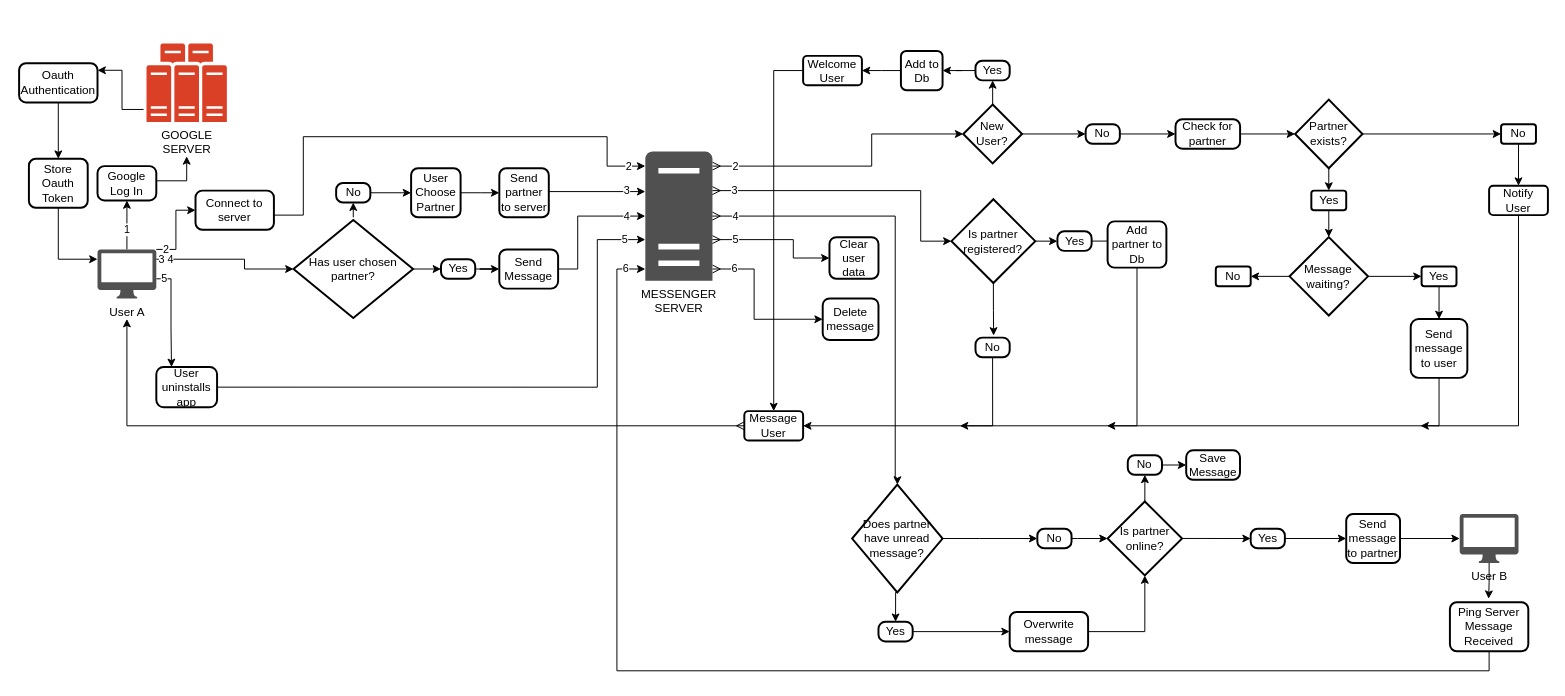
Before: mini_messenger_flowchart.drawio in gitupwithit/mini_messenger_extension, a draw.io diagram. Source tidied: cells renumbered, new cells numbered last; positions are measured from the earlier drawing's top-left corner, leaving out a move shared by most shapes. Both pictures are drawn from the tidied source at 98%, with x=0, y=0 at pixel (19, 43).
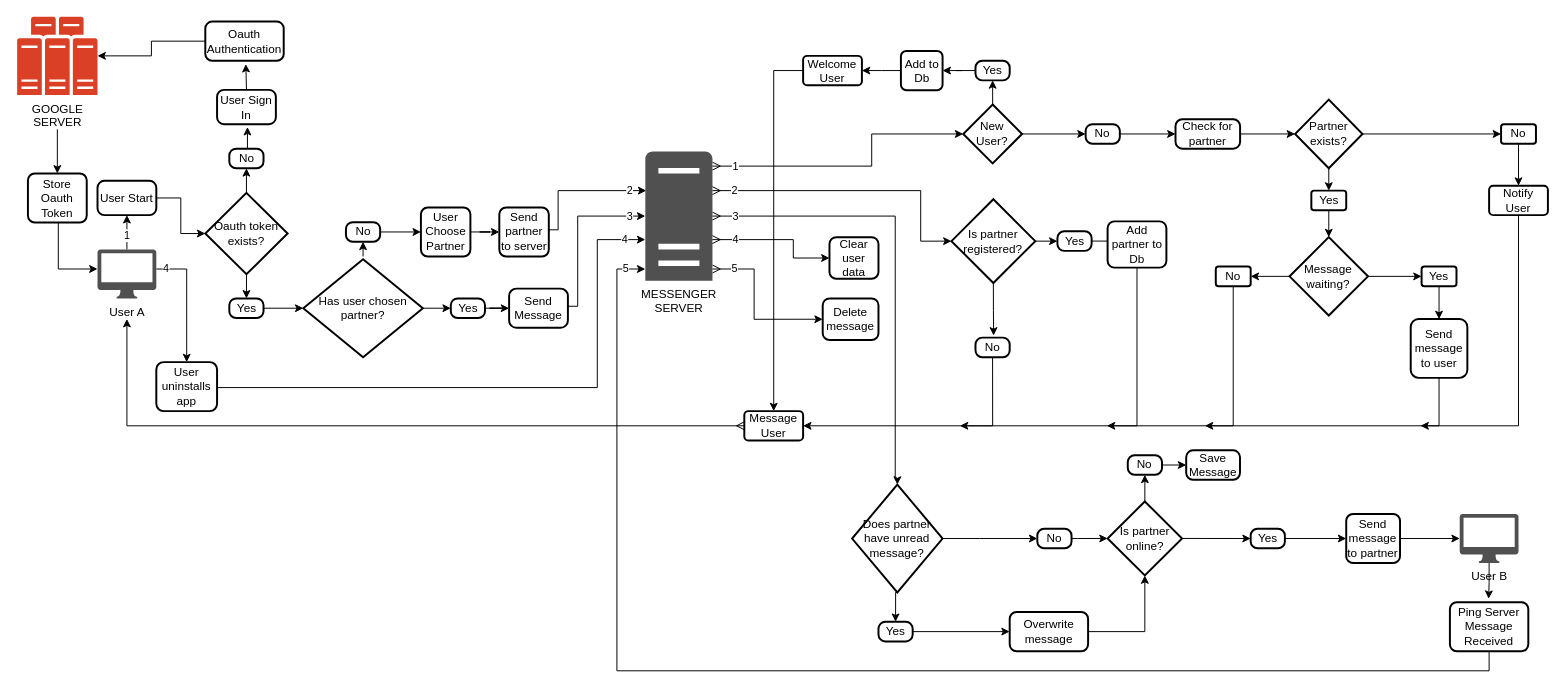
Above is the later version.

The change refers to these unchanged cells:
```xml
<mxCell id="6" value="User A" style="sketch=0;shadow=0;dashed=0;html=1;strokeColor=none;fillColor=#505050;labelPosition=center;verticalLabelPosition=bottom;verticalAlign=top;outlineConnect=0;align=center;shape=mxgraph.office.devices.mac_client;points=[[0.02,0.06,0,0,0],[0.5,1,0,0,21]];" parent="1" vertex="1">
  <mxGeometry x="80" y="210" width="60" height="50" as="geometry" />
</mxCell>
<mxCell id="11" value="MESSENGER&lt;br&gt;SERVER" style="sketch=0;shadow=0;dashed=0;html=1;strokeColor=none;fillColor=#505050;labelPosition=center;verticalLabelPosition=bottom;verticalAlign=top;outlineConnect=0;align=center;shape=mxgraph.office.servers.server_generic;points=[[0.11,0.94,0,0,0],[0.5,1,0,0,34],[1,1,0,2,3]];" parent="1" vertex="1">
  <mxGeometry x="639" y="110" width="68.5" height="132" as="geometry" />
</mxCell>
<mxCell id="19" value="New User?" style="strokeWidth=2;html=1;shape=mxgraph.flowchart.decision;whiteSpace=wrap;" parent="1" vertex="1">
  <mxGeometry x="963.4" y="62.2" width="60" height="60" as="geometry" />
</mxCell>
<mxCell id="45" value="No" style="whiteSpace=wrap;html=1;rounded=1;arcSize=14;strokeWidth=2;" parent="1" vertex="1">
  <mxGeometry x="1221.1" y="227.5" width="35.6" height="20" as="geometry" />
</mxCell>
<mxCell id="58" value="&lt;span style=&quot;background-color: initial;&quot;&gt;Is partner registered?&lt;/span&gt;" style="strokeWidth=2;html=1;shape=mxgraph.flowchart.decision;whiteSpace=wrap;" parent="1" vertex="1">
  <mxGeometry x="951.4" y="158.8" width="85.5" height="85.5" as="geometry" />
</mxCell>
<mxCell id="84" value="&lt;span style=&quot;background-color: initial;&quot;&gt;Does partner have unread message?&lt;/span&gt;" style="strokeWidth=2;html=1;shape=mxgraph.flowchart.decision;whiteSpace=wrap;" parent="1" vertex="1">
  <mxGeometry x="850" y="450" width="92.3" height="110" as="geometry" />
</mxCell>
<mxCell id="97" value="Clear&lt;div&gt;user&lt;/div&gt;&lt;div&gt;data&lt;/div&gt;" style="rounded=1;whiteSpace=wrap;html=1;absoluteArcSize=1;arcSize=14;strokeWidth=2;" parent="1" vertex="1">
  <mxGeometry x="826.9" y="197.5" width="50" height="42.5" as="geometry" />
</mxCell>
<mxCell id="102" value="Ping Server Message Received" style="rounded=1;whiteSpace=wrap;html=1;absoluteArcSize=1;arcSize=14;strokeWidth=2;" parent="1" vertex="1">
  <mxGeometry x="1460" y="570" width="80" height="50" as="geometry" />
</mxCell>
<mxCell id="103" value="Delete message" style="rounded=1;whiteSpace=wrap;html=1;absoluteArcSize=1;arcSize=14;strokeWidth=2;" parent="1" vertex="1">
  <mxGeometry x="820" y="260" width="56.9" height="42.5" as="geometry" />
</mxCell>
```

Diff of the diagram source:
```diff
@@
-    <mxCell id="3" value="3 4" style="edgeStyle=orthogonalEdgeStyle;rounded=0;jettySize=auto;html=1;entryX=0;entryY=0.5;entryDx=0;entryDy=0;entryPerimeter=0;" parent="1" edge="1" source="6" target="48">
-      <mxGeometry x="-0.87" relative="1" as="geometry">
-        <Array as="points">
-          <mxPoint x="230" y="220" />
-          <mxPoint x="230" y="230" />
-        </Array>
-      </mxGeometry>
-    </mxCell>
-    <mxCell id="4" value="2" style="edgeStyle=orthogonalEdgeStyle;rounded=0;jettySize=auto;html=1;entryX=0;entryY=0.5;entryDx=0;entryDy=0;" parent="1" edge="1" source="6" target="90">
-      <mxGeometry x="-0.75" relative="1" as="geometry">
-        <Array as="points">
-          <mxPoint x="160" y="210" />
-          <mxPoint x="160" y="170" />
-        </Array>
-      </mxGeometry>
-    </mxCell>
-    <mxCell id="5" value="5" style="edgeStyle=orthogonalEdgeStyle;rounded=0;jettySize=auto;html=1;entryX=0.25;entryY=0;entryDx=0;entryDy=0;" parent="1" edge="1" source="6" target="96">
+    <mxCell id="5" value="4" style="edgeStyle=orthogonalEdgeStyle;rounded=0;jettySize=auto;html=1;entryX=0.5;entryY=0;entryDx=0;entryDy=0;" parent="1" edge="1" source="6" target="96">
       <mxGeometry x="-0.84" relative="1" as="geometry">
         <Array as="points">
-          <mxPoint x="155" y="240" />
-          <mxPoint x="155" y="290" />
-          <mxPoint x="156" y="290" />
+          <mxPoint x="171" y="230" />
         </Array>
       </mxGeometry>
     </mxCell>
@@
-    <mxCell id="7" style="edgeStyle=orthogonalEdgeStyle;rounded=0;jettySize=auto;html=1;exitX=0.983;exitY=0.585;exitDx=0;exitDy=0;entryX=0.5;entryY=1;entryDx=0;entryDy=35;entryPerimeter=0;exitPerimeter=0;" parent="1" edge="1" source="8" target="12">
-      <mxGeometry relative="1" as="geometry">
-        <Array as="points">
-          <mxPoint x="139" y="140" />
-          <mxPoint x="171" y="140" />
-        </Array>
-      </mxGeometry>
-    </mxCell>
-    <mxCell id="8" value="Google Log In" style="rounded=1;whiteSpace=wrap;html=1;absoluteArcSize=1;arcSize=14;strokeWidth=2;" parent="1" vertex="1">
-      <mxGeometry x="80" y="125" width="60" height="35" as="geometry" />
+    <mxCell id="8" value="User Start" style="rounded=1;whiteSpace=wrap;html=1;absoluteArcSize=1;arcSize=14;strokeWidth=2;" parent="1" vertex="1">
+      <mxGeometry x="80" y="140" width="60" height="35" as="geometry" />
     </mxCell>
-    <mxCell id="9" value="2" style="edgeStyle=orthogonalEdgeStyle;rounded=0;jettySize=auto;html=1;jumpStyle=none;startArrow=ERmany;startFill=0;strokeWidth=1;shadow=0;entryX=0;entryY=0.5;entryDx=0;entryDy=0;entryPerimeter=0;" parent="1" edge="1" target="19">
+    <mxCell id="9" value="1" style="edgeStyle=orthogonalEdgeStyle;rounded=0;jettySize=auto;html=1;jumpStyle=none;startArrow=ERmany;startFill=0;strokeWidth=1;shadow=0;entryX=0;entryY=0.5;entryDx=0;entryDy=0;entryPerimeter=0;" parent="1" edge="1" target="19">
       <mxGeometry x="-0.84" relative="1" as="geometry">
         <mxPoint x="707.5" y="125" as="sourcePoint" />
         <Array as="points">
           <mxPoint x="870" y="125" />
           <mxPoint x="870" y="92" />
         </Array>
       </mxGeometry>
     </mxCell>
-    <mxCell id="10" value="6" style="edgeStyle=orthogonalEdgeStyle;rounded=0;jettySize=auto;html=1;entryX=0;entryY=0.5;entryDx=0;entryDy=0;startArrow=ERmany;startFill=0;jumpStyle=none;" parent="1" edge="1" source="11" target="103">
+    <mxCell id="10" value="5" style="edgeStyle=orthogonalEdgeStyle;rounded=0;jettySize=auto;html=1;entryX=0;entryY=0.5;entryDx=0;entryDy=0;startArrow=ERmany;startFill=0;jumpStyle=none;" parent="1" edge="1" source="11" target="103">
       <mxGeometry x="-0.73" relative="1" as="geometry">
         <Array as="points">
           <mxPoint x="750" y="230" />
           <mxPoint x="750" y="281" />
         </Array>
       </mxGeometry>
     </mxCell>
@@
+    <mxCell id="104" style="edgeStyle=orthogonalEdgeStyle;rounded=0;jettySize=auto;html=1;exitX=0.5;exitY=1;exitDx=0;exitDy=35;exitPerimeter=0;entryX=0.5;entryY=0;entryDx=0;entryDy=0;" parent="1" edge="1" source="12" target="17">
+      <mxGeometry relative="1" as="geometry" />
+    </mxCell>
     <mxCell id="12" value="GOOGLE&lt;br&gt;SERVER" style="sketch=0;shadow=0;dashed=0;html=1;strokeColor=none;fillColor=#505050;labelPosition=center;verticalLabelPosition=bottom;verticalAlign=top;outlineConnect=0;align=center;shape=mxgraph.office.servers.server_farm;fillColor=#DA4026;points=[[0,0.84,0,-3,0],[0.5,1,0,0,35]];" parent="1" vertex="1">
-      <mxGeometry x="130" width="82" height="80" as="geometry" />
+      <mxGeometry x="-2" y="-27.5" width="82" height="80" as="geometry" />
     </mxCell>
     <mxCell id="13" value="Oauth&lt;div&gt;&lt;span style=&quot;background-color: initial;&quot;&gt;Authentication&lt;/span&gt;&lt;/div&gt;" style="rounded=1;whiteSpace=wrap;html=1;absoluteArcSize=1;arcSize=14;strokeWidth=2;" parent="1" vertex="1">
-      <mxGeometry y="20" width="80" height="40" as="geometry" />
+      <mxGeometry x="190" y="-22.5" width="80" height="40" as="geometry" />
     </mxCell>
-    <mxCell id="14" style="edgeStyle=orthogonalEdgeStyle;rounded=0;jettySize=auto;html=1;exitX=0;exitY=0.84;exitDx=-3;exitDy=0;exitPerimeter=0;entryX=1;entryY=0.18;entryDx=0;entryDy=0;entryPerimeter=0;" parent="1" edge="1" source="12" target="13">
-      <mxGeometry relative="1" as="geometry" />
-    </mxCell>
-    <mxCell id="15" style="edgeStyle=orthogonalEdgeStyle;rounded=0;jettySize=auto;html=1;exitX=0.5;exitY=1;exitDx=0;exitDy=0;entryX=0.5;entryY=0;entryDx=0;entryDy=0;" parent="1" edge="1" source="13" target="17">
-      <mxGeometry relative="1" as="geometry" />
-    </mxCell>
     <mxCell id="16" style="edgeStyle=orthogonalEdgeStyle;rounded=0;jettySize=auto;html=1;exitX=0.5;exitY=0;exitDx=0;exitDy=0;" parent="1" edge="1" source="17" target="6">
       <mxGeometry relative="1" as="geometry">
         <Array as="points">
-          <mxPoint x="40" y="220" />
+          <mxPoint x="40" y="230" />
         </Array>
       </mxGeometry>
     </mxCell>
     <mxCell id="17" value="Store&lt;div&gt;Oauth&lt;/div&gt;&lt;div&gt;Token&lt;/div&gt;" style="rounded=1;whiteSpace=wrap;html=1;absoluteArcSize=1;arcSize=14;strokeWidth=2;" parent="1" vertex="1">
-      <mxGeometry x="10" y="117.5" width="60" height="50" as="geometry" />
+      <mxGeometry x="9" y="132.5" width="60" height="50" as="geometry" />
     </mxCell>
@@
+    <mxCell id="105" style="edgeStyle=orthogonalEdgeStyle;rounded=0;jettySize=auto;html=1;exitX=0.5;exitY=1;exitDx=0;exitDy=0;flowAnimation=1;" parent="1" edge="1" source="45">
+      <mxGeometry relative="1" as="geometry">
+        <mxPoint x="1210" y="390" as="targetPoint" />
+        <Array as="points">
+          <mxPoint x="1239" y="390" />
+        </Array>
+      </mxGeometry>
+    </mxCell>
@@
     <mxCell id="46" style="edgeStyle=orthogonalEdgeStyle;rounded=0;jettySize=auto;html=1;exitX=0.5;exitY=0;exitDx=0;exitDy=0;exitPerimeter=0;entryX=0.5;entryY=1;entryDx=0;entryDy=0;" parent="1" edge="1" target="52">
       <mxGeometry relative="1" as="geometry">
-        <mxPoint x="341" y="177.2" as="sourcePoint" />
+        <mxPoint x="351" y="217.2" as="sourcePoint" />
       </mxGeometry>
     </mxCell>
@@
     <mxCell id="48" value="Has user chosen partner?" style="strokeWidth=2;html=1;shape=mxgraph.flowchart.decision;whiteSpace=wrap;" parent="1" vertex="1">
-      <mxGeometry x="280" y="180" width="122" height="100" as="geometry" />
+      <mxGeometry x="290" y="220" width="122" height="100" as="geometry" />
     </mxCell>
@@
     <mxCell id="50" value="Yes" style="rounded=1;whiteSpace=wrap;html=1;absoluteArcSize=1;arcSize=14;strokeWidth=2;" parent="1" vertex="1">
-      <mxGeometry x="430.5" y="220" width="34.9" height="20" as="geometry" />
+      <mxGeometry x="440.5" y="260" width="34.9" height="20" as="geometry" />
     </mxCell>
@@
     <mxCell id="52" value="No" style="rounded=1;whiteSpace=wrap;html=1;absoluteArcSize=1;arcSize=14;strokeWidth=2;" parent="1" vertex="1">
-      <mxGeometry x="323.5" y="142.2" width="34.9" height="20" as="geometry" />
+      <mxGeometry x="333.5" y="182.2" width="34.9" height="20" as="geometry" />
     </mxCell>
@@
     <mxCell id="54" value="User Choose Partner" style="rounded=1;whiteSpace=wrap;html=1;absoluteArcSize=1;arcSize=14;strokeWidth=2;" parent="1" vertex="1">
-      <mxGeometry x="400" y="127.2" width="50.5" height="50" as="geometry" />
+      <mxGeometry x="410" y="167.2" width="50.5" height="50" as="geometry" />
     </mxCell>
-    <mxCell id="55" value="3" style="edgeStyle=orthogonalEdgeStyle;rounded=0;jettySize=auto;html=1;exitX=1;exitY=0.5;exitDx=0;exitDy=0;" parent="1" edge="1" target="11">
-      <mxGeometry x="0.69" y="1" relative="1" as="geometry">
-        <mxPoint x="519.2" y="149.9" as="sourcePoint" />
+    <mxCell id="55" value="2" style="edgeStyle=orthogonalEdgeStyle;rounded=0;jettySize=auto;html=1;exitX=1;exitY=0.5;exitDx=0;exitDy=0;" parent="1" edge="1" source="56">
+      <mxGeometry x="0.77" relative="1" as="geometry">
+        <mxPoint x="640" y="150" as="targetPoint" />
         <Array as="points">
-          <mxPoint x="519" y="151" />
+          <mxPoint x="550" y="190" />
+          <mxPoint x="550" y="150" />
         </Array>
       </mxGeometry>
     </mxCell>
     <mxCell id="56" value="Send&lt;div&gt;partner to server&lt;/div&gt;" style="rounded=1;whiteSpace=wrap;html=1;absoluteArcSize=1;arcSize=14;strokeWidth=2;" parent="1" vertex="1">
-      <mxGeometry x="490" y="127.2" width="50.5" height="50" as="geometry" />
+      <mxGeometry x="490" y="167.2" width="50.5" height="50" as="geometry" />
     </mxCell>
@@
-    <mxCell id="59" value="3" style="edgeStyle=orthogonalEdgeStyle;rounded=0;jettySize=auto;html=1;entryX=0;entryY=0.5;entryDx=0;entryDy=0;entryPerimeter=0;startArrow=ERmany;startFill=0;" parent="1" edge="1" source="11" target="58">
+    <mxCell id="59" value="2" style="edgeStyle=orthogonalEdgeStyle;rounded=0;jettySize=auto;html=1;entryX=0;entryY=0.5;entryDx=0;entryDy=0;entryPerimeter=0;startArrow=ERmany;startFill=0;" parent="1" edge="1" source="11" target="58">
       <mxGeometry x="-0.85" relative="1" as="geometry">
         <Array as="points">
           <mxPoint x="920" y="150" />
           <mxPoint x="920" y="202" />
         </Array>
       </mxGeometry>
     </mxCell>
@@
-    <mxCell id="67" value="4" style="edgeStyle=orthogonalEdgeStyle;rounded=0;jettySize=auto;html=1;exitX=1;exitY=0.5;exitDx=0;exitDy=0;" parent="1" edge="1" source="68" target="11">
-      <mxGeometry x="0.73" relative="1" as="geometry">
+    <mxCell id="67" value="3" style="edgeStyle=orthogonalEdgeStyle;rounded=0;jettySize=auto;html=1;exitX=1;exitY=0.5;exitDx=0;exitDy=0;" parent="1" edge="1" source="68" target="11">
+      <mxGeometry x="0.81" relative="1" as="geometry">
         <Array as="points">
-          <mxPoint x="570" y="230" />
+          <mxPoint x="570" y="268" />
           <mxPoint x="570" y="176" />
         </Array>
       </mxGeometry>
     </mxCell>
     <mxCell id="68" value="Send Message" style="rounded=1;whiteSpace=wrap;html=1;absoluteArcSize=1;arcSize=15;strokeWidth=2;" parent="1" vertex="1">
-      <mxGeometry x="490" y="210" width="60" height="40" as="geometry" />
+      <mxGeometry x="500" y="250" width="60" height="40" as="geometry" />
     </mxCell>
@@
-    <mxCell id="76" value="4" style="edgeStyle=orthogonalEdgeStyle;rounded=0;jettySize=auto;html=1;entryX=0.5;entryY=0;entryDx=0;entryDy=0;entryPerimeter=0;startArrow=ERmany;startFill=0;" parent="1" edge="1" source="11" target="84">
+    <mxCell id="76" value="3" style="edgeStyle=orthogonalEdgeStyle;rounded=0;jettySize=auto;html=1;entryX=0.5;entryY=0;entryDx=0;entryDy=0;entryPerimeter=0;startArrow=ERmany;startFill=0;" parent="1" edge="1" source="11" target="84">
       <mxGeometry x="-0.9" relative="1" as="geometry">
         <Array as="points">
           <mxPoint x="894" y="176" />
           <mxPoint x="894" y="445" />
         </Array>
       </mxGeometry>
     </mxCell>
@@
-    <mxCell id="89" value="2" style="edgeStyle=orthogonalEdgeStyle;rounded=0;orthogonalLoop=1;jettySize=auto;html=1;exitX=1;exitY=0.5;exitDx=0;exitDy=0;" parent="1" edge="1">
-      <mxGeometry x="0.93" relative="1" as="geometry">
-        <mxPoint x="260" y="175" as="sourcePoint" />
-        <mxPoint x="639" y="125" as="targetPoint" />
-        <Array as="points">
-          <mxPoint x="290" y="175" />
-          <mxPoint x="290" y="95" />
-          <mxPoint x="600" y="95" />
-          <mxPoint x="600" y="125" />
-        </Array>
-      </mxGeometry>
-    </mxCell>
-    <mxCell id="90" value="Connect to server" style="rounded=1;whiteSpace=wrap;html=1;absoluteArcSize=1;arcSize=14;strokeWidth=2;" parent="1" vertex="1">
-      <mxGeometry x="180" y="150" width="80" height="40" as="geometry" />
-    </mxCell>
@@
-    <mxCell id="95" value="5" style="edgeStyle=orthogonalEdgeStyle;rounded=0;jettySize=auto;html=1;exitX=1;exitY=0.5;exitDx=0;exitDy=0;" parent="1" edge="1" source="96" target="11">
+    <mxCell id="95" value="4" style="edgeStyle=orthogonalEdgeStyle;rounded=0;jettySize=auto;html=1;exitX=1;exitY=0.5;exitDx=0;exitDy=0;" parent="1" edge="1" source="96" target="11">
       <mxGeometry x="0.93" relative="1" as="geometry">
         <Array as="points">
           <mxPoint x="590" y="351" />
           <mxPoint x="590" y="200" />
         </Array>
       </mxGeometry>
     </mxCell>
     <mxCell id="96" value="User uninstalls app" style="rounded=1;whiteSpace=wrap;html=1;absoluteArcSize=1;arcSize=15;strokeWidth=2;" parent="1" vertex="1">
-      <mxGeometry x="140" y="330" width="62" height="41.1" as="geometry" />
+      <mxGeometry x="140" y="325" width="62" height="50" as="geometry" />
     </mxCell>
@@
-    <mxCell id="98" value="5" style="edgeStyle=orthogonalEdgeStyle;rounded=0;jettySize=auto;html=1;entryX=0;entryY=0.5;entryDx=0;entryDy=0;startArrow=ERmany;startFill=0;" parent="1" edge="1" source="11" target="97">
+    <mxCell id="98" value="4" style="edgeStyle=orthogonalEdgeStyle;rounded=0;jettySize=auto;html=1;entryX=0;entryY=0.5;entryDx=0;entryDy=0;startArrow=ERmany;startFill=0;" parent="1" edge="1" source="11" target="97">
       <mxGeometry x="-0.67" relative="1" as="geometry">
         <Array as="points">
           <mxPoint x="790" y="200" />
           <mxPoint x="790" y="219" />
         </Array>
       </mxGeometry>
     </mxCell>
@@
-    <mxCell id="101" value="6" style="edgeStyle=orthogonalEdgeStyle;rounded=0;jettySize=auto;html=1;exitX=0.5;exitY=1;exitDx=0;exitDy=0;" parent="1" edge="1" source="102" target="11">
+    <mxCell id="101" value="5" style="edgeStyle=orthogonalEdgeStyle;rounded=0;jettySize=auto;html=1;exitX=0.5;exitY=1;exitDx=0;exitDy=0;" parent="1" edge="1" source="102" target="11">
       <mxGeometry x="0.97" relative="1" as="geometry">
         <Array as="points">
           <mxPoint x="1500" y="640" />
           <mxPoint x="610" y="640" />
           <mxPoint x="610" y="230" />
         </Array>
       </mxGeometry>
     </mxCell>
@@
+    <mxCell id="106" style="edgeStyle=orthogonalEdgeStyle;rounded=0;jettySize=auto;html=1;exitX=0.5;exitY=0;exitDx=0;exitDy=0;exitPerimeter=0;entryX=0.5;entryY=1;entryDx=0;entryDy=0;" parent="1" edge="1" source="108" target="110">
+      <mxGeometry relative="1" as="geometry" />
+    </mxCell>
+    <mxCell id="107" style="edgeStyle=orthogonalEdgeStyle;rounded=0;jettySize=auto;html=1;exitX=0.5;exitY=1;exitDx=0;exitDy=0;exitPerimeter=0;" parent="1" edge="1" source="108" target="109">
+      <mxGeometry relative="1" as="geometry" />
+    </mxCell>
+    <mxCell id="108" value="Oauth token exists?" style="strokeWidth=2;html=1;shape=mxgraph.flowchart.decision;whiteSpace=wrap;" parent="1" vertex="1">
+      <mxGeometry x="190" y="152.3" width="84" height="83" as="geometry" />
+    </mxCell>
+    <mxCell id="109" value="Yes" style="rounded=1;whiteSpace=wrap;html=1;absoluteArcSize=1;arcSize=14;strokeWidth=2;" parent="1" vertex="1">
+      <mxGeometry x="214.5" y="260" width="34.9" height="20" as="geometry" />
+    </mxCell>
+    <mxCell id="110" value="No" style="rounded=1;whiteSpace=wrap;html=1;absoluteArcSize=1;arcSize=14;strokeWidth=2;" parent="1" vertex="1">
+      <mxGeometry x="214.5" y="107.2" width="34.9" height="20" as="geometry" />
+    </mxCell>
+    <mxCell id="111" style="edgeStyle=orthogonalEdgeStyle;rounded=0;jettySize=auto;html=1;exitX=1;exitY=0.5;exitDx=0;exitDy=0;entryX=0;entryY=0.5;entryDx=0;entryDy=0;entryPerimeter=0;" parent="1" edge="1" source="8" target="108">
+      <mxGeometry relative="1" as="geometry" />
+    </mxCell>
+    <mxCell id="112" style="edgeStyle=orthogonalEdgeStyle;rounded=0;jettySize=auto;html=1;exitX=0.5;exitY=0;exitDx=0;exitDy=0;entryX=0.517;entryY=1.085;entryDx=0;entryDy=0;entryPerimeter=0;" parent="1" edge="1" source="116" target="13">
+      <mxGeometry relative="1" as="geometry" />
+    </mxCell>
+    <mxCell id="113" style="edgeStyle=orthogonalEdgeStyle;rounded=0;jettySize=auto;html=1;exitX=0;exitY=0.5;exitDx=0;exitDy=0;" parent="1" edge="1" source="13" target="12">
+      <mxGeometry relative="1" as="geometry" />
+    </mxCell>
+    <mxCell id="114" style="edgeStyle=orthogonalEdgeStyle;rounded=0;jettySize=auto;html=1;exitX=1;exitY=0.5;exitDx=0;exitDy=0;entryX=0;entryY=0.5;entryDx=0;entryDy=0;entryPerimeter=0;" parent="1" edge="1" source="109" target="48">
+      <mxGeometry relative="1" as="geometry" />
+    </mxCell>
+    <mxCell id="115" style="edgeStyle=orthogonalEdgeStyle;rounded=0;jettySize=auto;html=1;exitX=0.5;exitY=0;exitDx=0;exitDy=0;entryX=0.517;entryY=1.085;entryDx=0;entryDy=0;entryPerimeter=0;" parent="1" edge="1" source="110" target="116">
+      <mxGeometry relative="1" as="geometry" />
+    </mxCell>
+    <mxCell id="116" value="User Sign In" style="rounded=1;whiteSpace=wrap;html=1;absoluteArcSize=1;arcSize=14;strokeWidth=2;" parent="1" vertex="1">
+      <mxGeometry x="202" y="47.2" width="60" height="35" as="geometry" />
+    </mxCell>
```
